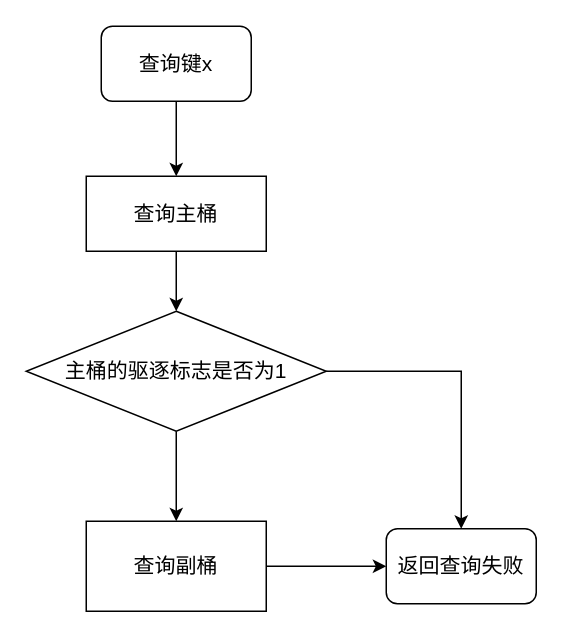
This is page "驱逐标志" (9 of 18) of 毕业论文.drawio from HustDsy/Picture, a draw.io file, before an edit. Source tidied: cells renumbered, new cells numbered last; positions are measured from the earlier drawing's top-left corner, leaving out a move shared by most shapes. Both pictures are drawn from the tidied source at 150%, with x=0, y=0 at pixel (26, 26).
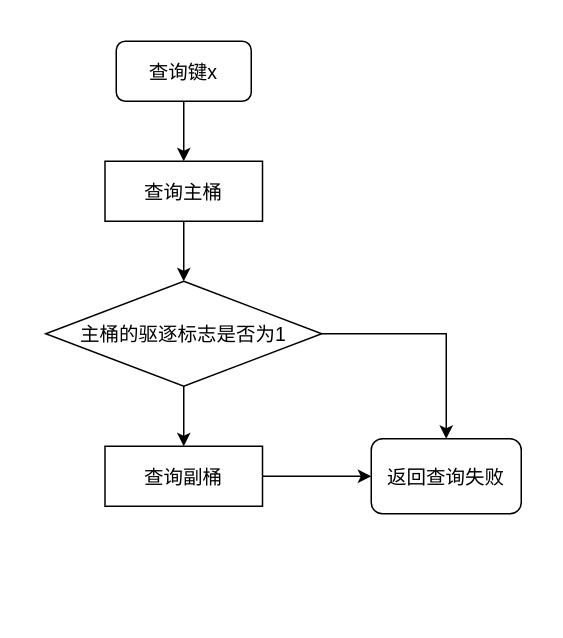
After the change.

Diff of the diagram source:
```diff
@@
 <mxGraphModel>
   <root>
     <mxCell id="0" />
     <mxCell id="1" parent="0" />
-    <mxCell id="2" style="edgeStyle=orthogonalEdgeStyle;curved=1;jettySize=auto;html=1;exitX=0.5;exitY=1;exitDx=0;exitDy=0;entryX=0.5;entryY=0;entryDx=0;entryDy=0;fontFamily=Times New Roman;fontSize=16;fontColor=#000000;startArrow=none;startFill=0;endArrow=classic;endFill=1;strokeColor=#000000;strokeWidth=1;" parent="1" edge="1" source="3" target="5">
+    <mxCell id="2" style="edgeStyle=orthogonalEdgeStyle;curved=1;jettySize=auto;exitX=0.5;exitY=1;exitDx=0;exitDy=0;entryX=0.5;entryY=0;entryDx=0;entryDy=0;fontFamily=Times New Roman;fontSize=13;fontColor=#000000;startArrow=none;startFill=0;endArrow=classic;endFill=1;strokeColor=#000000;strokeWidth=1;" parent="1" edge="1" source="3" target="5">
       <mxGeometry relative="1" as="geometry" />
     </mxCell>
-    <mxCell id="3" value="&lt;font style=&quot;font-size: 14px;&quot;&gt;查询键&lt;font style=&quot;font-size: 14px;&quot;&gt;x&lt;/font&gt;&lt;/font&gt;" style="rounded=1;whiteSpace=wrap;html=1;comic=0;fontFamily=简宋;fontSize=14;strokeWidth=1;" parent="1" vertex="1">
-      <mxGeometry x="50" width="100" height="50" as="geometry" />
+    <mxCell id="3" value="查询键x" style="rounded=1;comic=0;fontFamily=简宋;fontSize=13;strokeWidth=1;" parent="1" vertex="1">
+      <mxGeometry x="60" y="10" width="90" height="40" as="geometry" />
     </mxCell>
-    <mxCell id="4" style="edgeStyle=orthogonalEdgeStyle;curved=1;jettySize=auto;html=1;exitX=0.5;exitY=1;exitDx=0;exitDy=0;entryX=0.5;entryY=0;entryDx=0;entryDy=0;entryPerimeter=0;fontFamily=Times New Roman;fontSize=16;fontColor=#000000;startArrow=none;startFill=0;endArrow=classic;endFill=1;strokeColor=#000000;strokeWidth=1;" parent="1" edge="1" source="5" target="8">
+    <mxCell id="4" style="edgeStyle=orthogonalEdgeStyle;curved=1;jettySize=auto;exitX=0.5;exitY=1;exitDx=0;exitDy=0;entryX=0.5;entryY=0;entryDx=0;entryDy=0;entryPerimeter=0;fontFamily=Times New Roman;fontSize=13;fontColor=#000000;startArrow=none;startFill=0;endArrow=classic;endFill=1;strokeColor=#000000;strokeWidth=1;" parent="1" edge="1" source="5" target="8">
       <mxGeometry relative="1" as="geometry" />
     </mxCell>
-    <mxCell id="5" value="&lt;font style=&quot;font-size: 14px;&quot;&gt;查询主桶&lt;/font&gt;" style="rounded=0;whiteSpace=wrap;html=1;fontFamily=简宋;fontSize=14;strokeColor=#000000;fillColor=#FFFFFF;strokeWidth=1;" parent="1" vertex="1">
-      <mxGeometry x="40" y="100" width="120" height="50" as="geometry" />
+    <mxCell id="5" value="查询主桶" style="rounded=0;fontFamily=简宋;fontSize=13;strokeColor=#000000;fillColor=#FFFFFF;strokeWidth=1;" parent="1" vertex="1">
+      <mxGeometry x="52.5" y="90" width="105" height="40" as="geometry" />
     </mxCell>
+    <mxCell id="7" style="edgeStyle=orthogonalEdgeStyle;jettySize=auto;exitX=1;exitY=0.5;exitDx=0;exitDy=0;exitPerimeter=0;fontFamily=Times New Roman;fontSize=13;fontColor=#000000;startArrow=none;startFill=0;endArrow=classic;endFill=1;strokeColor=#000000;strokeWidth=1;entryX=0.5;entryY=0;entryDx=0;entryDy=0;rounded=0;" parent="1" edge="1" source="8" target="11">
+      <mxGeometry relative="1" as="geometry" />
+    </mxCell>
-    <mxCell id="6" style="edgeStyle=orthogonalEdgeStyle;curved=1;jettySize=auto;html=1;exitX=0.5;exitY=1;exitDx=0;exitDy=0;exitPerimeter=0;entryX=0.5;entryY=0;entryDx=0;entryDy=0;fontFamily=Times New Roman;fontSize=16;fontColor=#000000;startArrow=none;startFill=0;endArrow=classic;endFill=1;strokeColor=#000000;strokeWidth=1;" parent="1" edge="1" source="8" target="10">
+    <mxCell id="6" style="edgeStyle=none;jettySize=auto;html=0;exitX=0.5;exitY=1;exitDx=0;exitDy=0;exitPerimeter=0;entryX=0.5;entryY=0;entryDx=0;entryDy=0;labelBackgroundColor=default;labelBorderColor=default;fontFamily=Times New Roman;fontSize=13;elbow=vertical;" parent="1" edge="1" source="8" target="10">
       <mxGeometry relative="1" as="geometry" />
     </mxCell>
-    <mxCell id="7" style="edgeStyle=orthogonalEdgeStyle;jettySize=auto;html=1;exitX=1;exitY=0.5;exitDx=0;exitDy=0;exitPerimeter=0;fontFamily=Times New Roman;fontSize=16;fontColor=#000000;startArrow=none;startFill=0;endArrow=classic;endFill=1;strokeColor=#000000;strokeWidth=1;entryX=0.5;entryY=0;entryDx=0;entryDy=0;rounded=0;" parent="1" edge="1" source="8" target="11">
-      <mxGeometry relative="1" as="geometry" />
-    </mxCell>
-    <mxCell id="8" value="主桶的驱逐标志是否为1" style="strokeWidth=1;html=1;shape=mxgraph.flowchart.decision;whiteSpace=wrap;comic=0;fontFamily=简宋;fontSize=14;fontColor=default;fillColor=#FFFFFF;" parent="1" vertex="1">
-      <mxGeometry y="190" width="200" height="80" as="geometry" />
+    <mxCell id="8" value="主桶的驱逐标志是否为1" style="strokeWidth=1;shape=mxgraph.flowchart.decision;comic=0;fontFamily=简宋;fontSize=13;fontColor=default;fillColor=#FFFFFF;" parent="1" vertex="1">
+      <mxGeometry x="13" y="170" width="184" height="70" as="geometry" />
     </mxCell>
+    <mxCell id="11" value="返回查询失败" style="rounded=1;comic=0;fontFamily=简宋;fontSize=13;strokeWidth=1;" parent="1" vertex="1">
+      <mxGeometry x="230" y="275" width="100" height="50" as="geometry" />
+    </mxCell>
-    <mxCell id="9" style="edgeStyle=orthogonalEdgeStyle;curved=1;jettySize=auto;html=1;exitX=1;exitY=0.5;exitDx=0;exitDy=0;fontFamily=Times New Roman;fontSize=16;fontColor=#000000;startArrow=none;startFill=0;endArrow=classic;endFill=1;strokeColor=#000000;strokeWidth=1;entryX=0;entryY=0.5;entryDx=0;entryDy=0;" parent="1" edge="1" source="10" target="11">
+    <mxCell id="9" style="edgeStyle=none;jettySize=auto;html=0;exitX=1;exitY=0.5;exitDx=0;exitDy=0;labelBackgroundColor=default;labelBorderColor=default;fontFamily=Times New Roman;fontSize=13;elbow=vertical;" parent="1" edge="1" source="10" target="11">
       <mxGeometry relative="1" as="geometry" />
     </mxCell>
-    <mxCell id="10" value="&lt;font style=&quot;font-size: 14px&quot;&gt;查询副桶&lt;/font&gt;" style="rounded=0;whiteSpace=wrap;html=1;fontFamily=简宋;fontSize=14;strokeColor=#000000;fillColor=#FFFFFF;strokeWidth=1;" parent="1" vertex="1">
-      <mxGeometry x="40" y="330" width="120" height="60" as="geometry" />
+    <mxCell id="10" value="查询副桶" style="rounded=0;fontFamily=简宋;fontSize=13;strokeColor=#000000;fillColor=#FFFFFF;strokeWidth=1;" parent="1" vertex="1">
+      <mxGeometry x="52.5" y="280" width="105" height="40" as="geometry" />
     </mxCell>
-    <mxCell id="11" value="返回查询失败" style="rounded=1;whiteSpace=wrap;html=1;comic=0;fontFamily=简宋;fontSize=14;strokeWidth=1;" parent="1" vertex="1">
-      <mxGeometry x="240" y="335" width="100" height="50" as="geometry" />
-    </mxCell>
   </root>
 </mxGraphModel>
```
